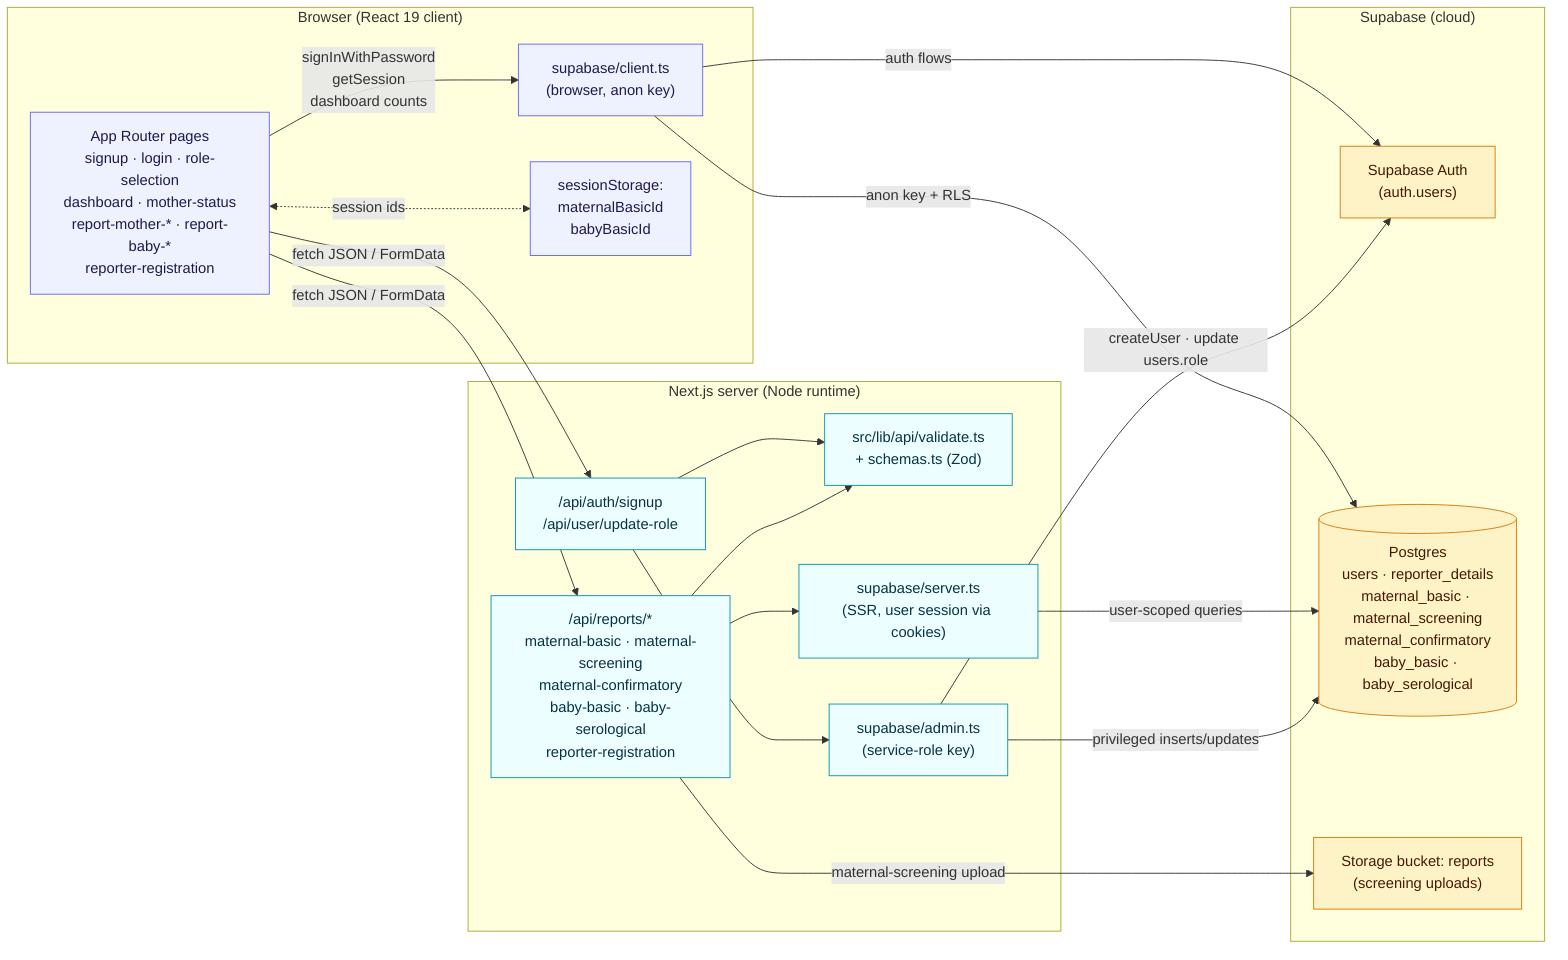
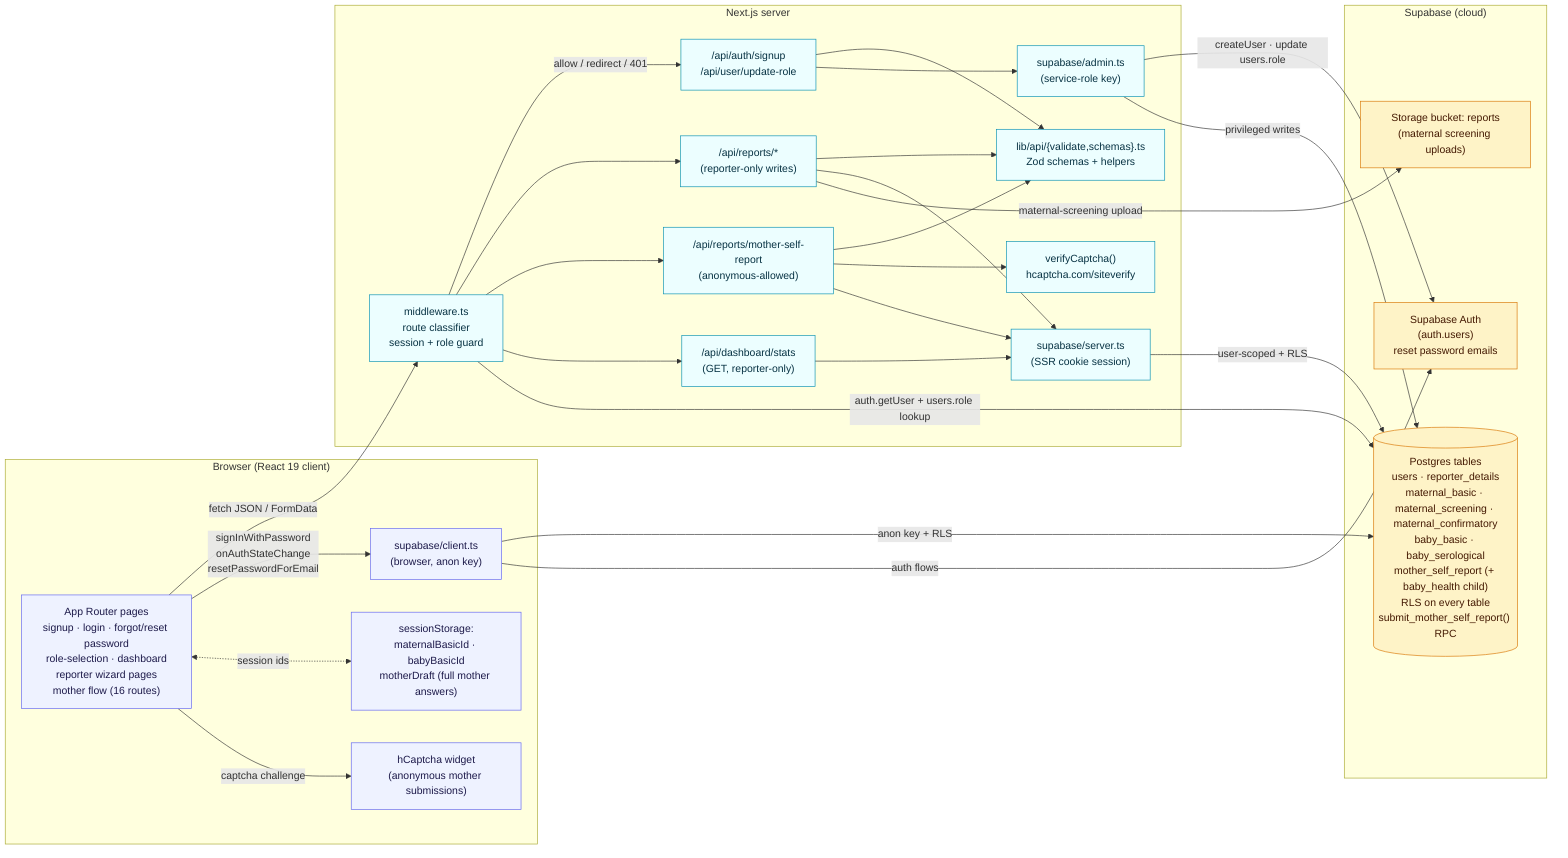
- %% CSRA — Runtime architecture
+ %% CSRA — Runtime architecture (Phases 0–9)
flowchart LR
    subgraph Browser["Browser (React 19 client)"]
-         Pages["App Router pages<br/>signup · login · role-selection<br/>dashboard · mother-status<br/>report-mother-* · report-baby-*<br/>reporter-registration"]
+         Pages["App Router pages<br/>signup · login · forgot/reset password<br/>role-selection · dashboard<br/>reporter wizard pages<br/>mother flow (16 routes)"]
        SBClient["supabase/client.ts<br/>(browser, anon key)"]
-         Session["sessionStorage:<br/>maternalBasicId<br/>babyBasicId"]
+         Session["sessionStorage:<br/>maternalBasicId · babyBasicId<br/>motherDraft (full mother answers)"]
+         hCaptcha["hCaptcha widget<br/>(anonymous mother submissions)"]
    end

-     subgraph NextServer["Next.js server (Node runtime)"]
+     subgraph NextServer["Next.js server"]
+         Middleware["middleware.ts<br/>route classifier<br/>session + role guard"]
        APIAuth["/api/auth/signup<br/>/api/user/update-role"]
-         APIReports["/api/reports/*<br/>maternal-basic · maternal-screening<br/>maternal-confirmatory<br/>baby-basic · baby-serological<br/>reporter-registration"]
-         Validate["src/lib/api/validate.ts<br/>+ schemas.ts (Zod)"]
-         SBServer["supabase/server.ts<br/>(SSR, user session via cookies)"]
+         APIReports["/api/reports/*<br/>(reporter-only writes)"]
+         APIMotherSelf["/api/reports/mother-self-report<br/>(anonymous-allowed)"]
+         APIStats["/api/dashboard/stats<br/>(GET, reporter-only)"]
+         Validate["lib/api/{validate,schemas}.ts<br/>Zod schemas + helpers"]
+         VerifyCaptcha["verifyCaptcha()<br/>hcaptcha.com/siteverify"]
+         SBServer["supabase/server.ts<br/>(SSR cookie session)"]
        SBAdmin["supabase/admin.ts<br/>(service-role key)"]
    end

    subgraph Supabase["Supabase (cloud)"]
-         Auth["Supabase Auth<br/>(auth.users)"]
-         DB[("Postgres<br/>users · reporter_details<br/>maternal_basic · maternal_screening<br/>maternal_confirmatory<br/>baby_basic · baby_serological")]
-         Storage["Storage bucket: reports<br/>(screening uploads)"]
+         Auth["Supabase Auth<br/>(auth.users)<br/>reset password emails"]
+         DB[("Postgres tables<br/>users · reporter_details<br/>maternal_basic · maternal_screening · maternal_confirmatory<br/>baby_basic · baby_serological<br/>mother_self_report (+ baby_health child)<br/>RLS on every table<br/>submit_mother_self_report() RPC")]
+         Storage["Storage bucket: reports<br/>(maternal screening uploads)"]
    end

-     Pages -- "fetch JSON / FormData" --> APIAuth
-     Pages -- "fetch JSON / FormData" --> APIReports
-     Pages -- "signInWithPassword<br/>getSession<br/>dashboard counts" --> SBClient
-     Pages <-. "session ids" .-> Session
+     %% Browser → Server
+     Pages -- "fetch JSON / FormData" --> Middleware
+     Middleware -- "allow / redirect / 401" --> APIAuth
+     Middleware --> APIReports
+     Middleware --> APIMotherSelf
+     Middleware --> APIStats
+     Pages -- "signInWithPassword<br/>onAuthStateChange<br/>resetPasswordForEmail" --> SBClient
+     Pages <-. session ids .-> Session
+     Pages -- "captcha challenge" --> hCaptcha

+     %% Internal server routing
    APIAuth --> Validate
    APIReports --> Validate
+     APIMotherSelf --> Validate
+     APIMotherSelf --> VerifyCaptcha
+     APIStats --> SBServer
+ 
    APIAuth --> SBAdmin
    APIReports --> SBServer
+     APIMotherSelf --> SBServer
    APIReports -- "maternal-screening upload" --> Storage

+     %% Server → Supabase
    SBClient -- "anon key + RLS" --> DB
    SBClient -- "auth flows" --> Auth
-     SBServer -- "user-scoped queries" --> DB
+     SBServer -- "user-scoped + RLS" --> DB
    SBAdmin -- "createUser · update users.role" --> Auth
-     SBAdmin -- "privileged inserts/updates" --> DB
+     SBAdmin -- "privileged writes" --> DB
+     Middleware -- "auth.getUser + users.role lookup" --> DB

-     classDef client fill:#eef2ff,stroke:#6366f1,color:#1e1b4b;
-     classDef server fill:#ecfeff,stroke:#0891b2,color:#083344;
-     classDef cloud fill:#fef3c7,stroke:#d97706,color:#451a03;
-     class Pages,SBClient,Session client;
-     class APIAuth,APIReports,Validate,SBServer,SBAdmin server;
-     class Auth,DB,Storage cloud;
+     classDef client fill:#eef2ff,stroke:#6366f1,color:#1e1b4b
+     classDef server fill:#ecfeff,stroke:#0891b2,color:#083344
+     classDef cloud fill:#fef3c7,stroke:#d97706,color:#451a03
+     classDef external fill:#fce7f3,stroke:#be185d,color:#831843
+ 
+     class Pages,SBClient,Session,hCaptcha client
+     class Middleware,APIAuth,APIReports,APIMotherSelf,APIStats,Validate,VerifyCaptcha,SBServer,SBAdmin server
+     class Auth,DB,Storage cloud
